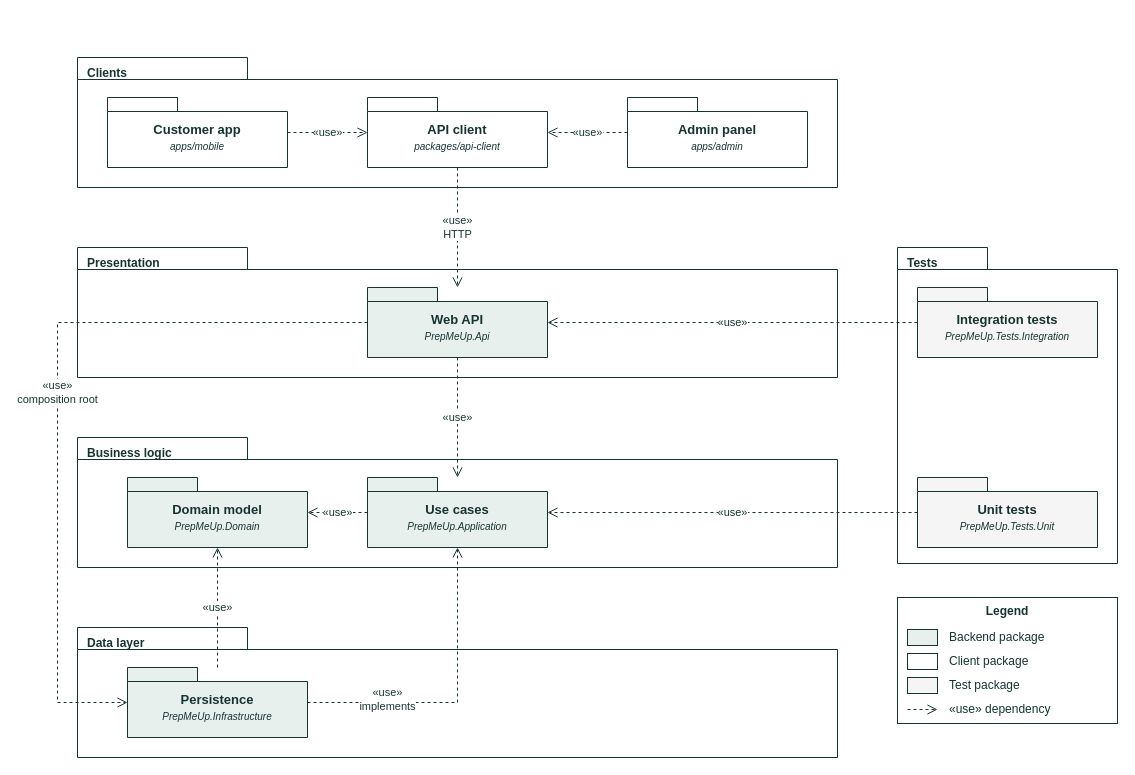
The draw.io diagram docs/assets/drawio/package-diagram.drawio in Mosekjaer/prepmeup, before the edit. Source tidied: cells renumbered, new cells numbered last; positions are measured from the earlier drawing's top-left corner, leaving out a move shared by most shapes. Both pictures are drawn from the tidied source at 100%, with x=0, y=0 at pixel (57, 57).
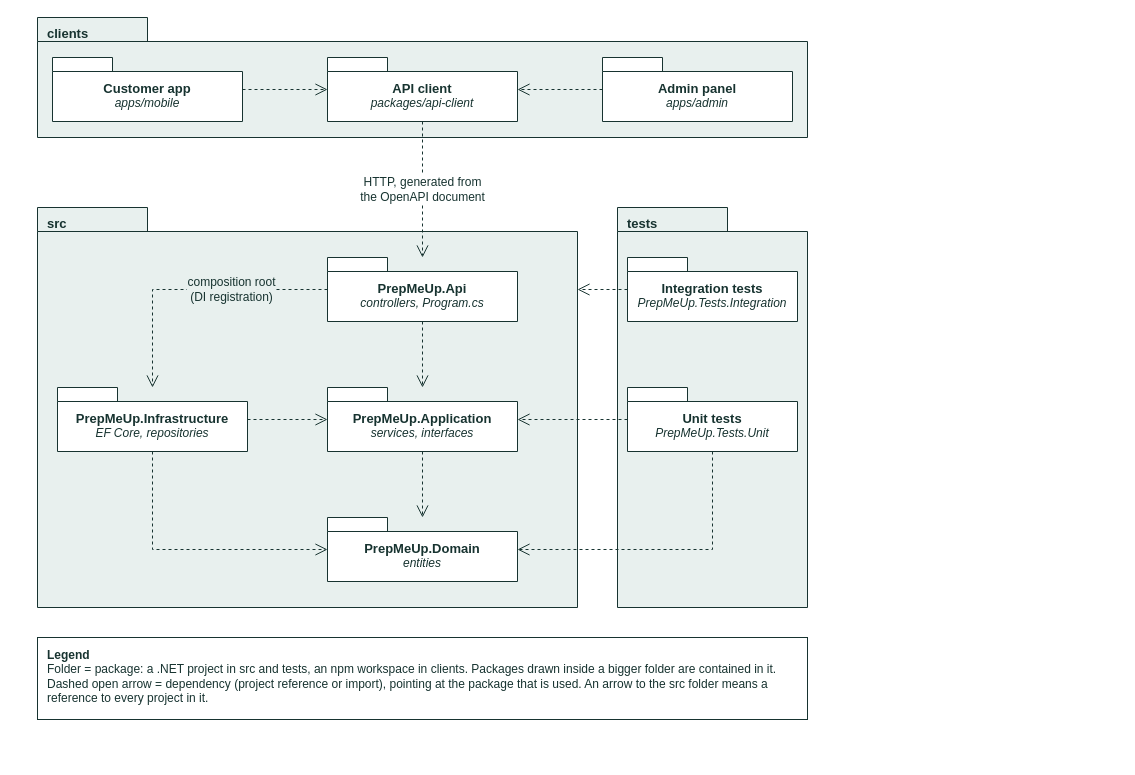
After the change.

Commit message (it also covers changes not shown here):
docs(diagrams): align C4, package and dependency diagrams

Change to the diagram source:
```diff
@@
-    <mxCell id="2" value="Clients" style="shape=folder;tabWidth=170;tabHeight=22;tabPosition=left;fillColor=none;strokeColor=#173330;fontColor=#173330;fontStyle=1;fontSize=12;align=left;verticalAlign=top;spacingLeft=8;spacingTop=2;html=1;whiteSpace=wrap;" parent="1" vertex="1">
-      <mxGeometry x="20" width="760" height="130" as="geometry" />
+    <mxCell id="2" value="clients" style="shape=folder;tabWidth=110;tabHeight=24;tabPosition=left;fillColor=#E8F0EE;strokeColor=#173330;fontColor=#173330;fontStyle=1;fontSize=13;fontFamily=Arial;align=left;verticalAlign=top;spacingLeft=8;spacingTop=2;html=1;whiteSpace=wrap;" parent="1" vertex="1">
+      <mxGeometry x="-20" y="-40" width="770" height="120" as="geometry" />
     </mxCell>
+    <mxCell id="35" value="src" style="shape=folder;tabWidth=110;tabHeight=24;tabPosition=left;fillColor=#E8F0EE;strokeColor=#173330;fontColor=#173330;fontStyle=1;fontSize=13;fontFamily=Arial;align=left;verticalAlign=top;spacingLeft=8;spacingTop=2;html=1;whiteSpace=wrap;" parent="1" vertex="1">
+      <mxGeometry x="-20" y="150" width="540" height="400" as="geometry" />
+    </mxCell>
+    <mxCell id="13" value="tests" style="shape=folder;tabWidth=110;tabHeight=24;tabPosition=left;fillColor=#E8F0EE;strokeColor=#173330;fontColor=#173330;fontStyle=1;fontSize=13;fontFamily=Arial;align=left;verticalAlign=top;spacingLeft=8;spacingTop=2;html=1;whiteSpace=wrap;" parent="1" vertex="1">
+      <mxGeometry x="560" y="150" width="190" height="400" as="geometry" />
+    </mxCell>
-    <mxCell id="3" value="&lt;b&gt;Customer app&lt;/b&gt;&lt;br&gt;&lt;i style=&quot;font-size:10px&quot;&gt;apps/mobile&lt;/i&gt;" style="shape=folder;tabWidth=70;tabHeight=14;tabPosition=left;spacingTop=10;whiteSpace=wrap;html=1;strokeColor=#173330;fontColor=#173330;fontSize=13;fillColor=#FFFFFF;" parent="2" vertex="1">
-      <mxGeometry x="30" y="40" width="180" height="70" as="geometry" />
+    <mxCell id="3" value="&lt;b style=&quot;font-size:13px&quot;&gt;Customer app&lt;/b&gt;&lt;br&gt;&lt;i&gt;apps/mobile&lt;/i&gt;" style="shape=folder;tabWidth=60;tabHeight=14;tabPosition=left;spacingTop=12;whiteSpace=wrap;html=1;strokeColor=#173330;fontColor=#173330;fontSize=12;fontFamily=Arial;fillColor=#FFFFFF;" parent="2" vertex="1">
+      <mxGeometry x="15" y="40" width="190" height="64" as="geometry" />
     </mxCell>
-    <mxCell id="4" value="&lt;b&gt;API client&lt;/b&gt;&lt;br&gt;&lt;i style=&quot;font-size:10px&quot;&gt;packages/api-client&lt;/i&gt;" style="shape=folder;tabWidth=70;tabHeight=14;tabPosition=left;spacingTop=10;whiteSpace=wrap;html=1;strokeColor=#173330;fontColor=#173330;fontSize=13;fillColor=#FFFFFF;" parent="2" vertex="1">
-      <mxGeometry x="290" y="40" width="180" height="70" as="geometry" />
+    <mxCell id="4" value="&lt;b style=&quot;font-size:13px&quot;&gt;API client&lt;/b&gt;&lt;br&gt;&lt;i&gt;packages/api-client&lt;/i&gt;" style="shape=folder;tabWidth=60;tabHeight=14;tabPosition=left;spacingTop=12;whiteSpace=wrap;html=1;strokeColor=#173330;fontColor=#173330;fontSize=12;fontFamily=Arial;fillColor=#FFFFFF;" parent="2" vertex="1">
+      <mxGeometry x="290" y="40" width="190" height="64" as="geometry" />
     </mxCell>
-    <mxCell id="5" value="&lt;b&gt;Admin panel&lt;/b&gt;&lt;br&gt;&lt;i style=&quot;font-size:10px&quot;&gt;apps/admin&lt;/i&gt;" style="shape=folder;tabWidth=70;tabHeight=14;tabPosition=left;spacingTop=10;whiteSpace=wrap;html=1;strokeColor=#173330;fontColor=#173330;fontSize=13;fillColor=#FFFFFF;" parent="2" vertex="1">
-      <mxGeometry x="550" y="40" width="180" height="70" as="geometry" />
+    <mxCell id="5" value="&lt;b style=&quot;font-size:13px&quot;&gt;Admin panel&lt;/b&gt;&lt;br&gt;&lt;i&gt;apps/admin&lt;/i&gt;" style="shape=folder;tabWidth=60;tabHeight=14;tabPosition=left;spacingTop=12;whiteSpace=wrap;html=1;strokeColor=#173330;fontColor=#173330;fontSize=12;fontFamily=Arial;fillColor=#FFFFFF;" parent="2" vertex="1">
+      <mxGeometry x="565" y="40" width="190" height="64" as="geometry" />
     </mxCell>
-    <mxCell id="6" value="Presentation" style="shape=folder;tabWidth=170;tabHeight=22;tabPosition=left;fillColor=none;strokeColor=#173330;fontColor=#173330;fontStyle=1;fontSize=12;align=left;verticalAlign=top;spacingLeft=8;spacingTop=2;html=1;whiteSpace=wrap;" parent="1" vertex="1">
-      <mxGeometry x="20" y="190" width="760" height="130" as="geometry" />
-    </mxCell>
-    <mxCell id="7" value="&lt;b&gt;Web API&lt;/b&gt;&lt;br&gt;&lt;i style=&quot;font-size:10px&quot;&gt;PrepMeUp.Api&lt;/i&gt;" style="shape=folder;tabWidth=70;tabHeight=14;tabPosition=left;spacingTop=10;whiteSpace=wrap;html=1;strokeColor=#173330;fontColor=#173330;fontSize=13;fillColor=#E8F0EE;" parent="6" vertex="1">
-      <mxGeometry x="290" y="40" width="180" height="70" as="geometry" />
+    <mxCell id="7" value="&lt;b style=&quot;font-size:13px&quot;&gt;PrepMeUp.Api&lt;/b&gt;&lt;br&gt;&lt;i&gt;controllers, Program.cs&lt;/i&gt;" style="shape=folder;tabWidth=60;tabHeight=14;tabPosition=left;spacingTop=12;whiteSpace=wrap;html=1;strokeColor=#173330;fontColor=#173330;fontSize=12;fontFamily=Arial;fillColor=#FFFFFF;" parent="35" vertex="1">
+      <mxGeometry x="290" y="50" width="190" height="64" as="geometry" />
     </mxCell>
-    <mxCell id="8" value="Business logic" style="shape=folder;tabWidth=170;tabHeight=22;tabPosition=left;fillColor=none;strokeColor=#173330;fontColor=#173330;fontStyle=1;fontSize=12;align=left;verticalAlign=top;spacingLeft=8;spacingTop=2;html=1;whiteSpace=wrap;" parent="1" vertex="1">
-      <mxGeometry x="20" y="380" width="760" height="130" as="geometry" />
-    </mxCell>
+    <mxCell id="12" value="&lt;b style=&quot;font-size:13px&quot;&gt;PrepMeUp.Infrastructure&lt;/b&gt;&lt;br&gt;&lt;i&gt;EF Core, repositories&lt;/i&gt;" style="shape=folder;tabWidth=60;tabHeight=14;tabPosition=left;spacingTop=12;whiteSpace=wrap;html=1;strokeColor=#173330;fontColor=#173330;fontSize=12;fontFamily=Arial;fillColor=#FFFFFF;" parent="35" vertex="1">
+      <mxGeometry x="20" y="180" width="190" height="64" as="geometry" />
+    </mxCell>
+    <mxCell id="10" value="&lt;b style=&quot;font-size:13px&quot;&gt;PrepMeUp.Application&lt;/b&gt;&lt;br&gt;&lt;i&gt;services, interfaces&lt;/i&gt;" style="shape=folder;tabWidth=60;tabHeight=14;tabPosition=left;spacingTop=12;whiteSpace=wrap;html=1;strokeColor=#173330;fontColor=#173330;fontSize=12;fontFamily=Arial;fillColor=#FFFFFF;" parent="35" vertex="1">
+      <mxGeometry x="290" y="180" width="190" height="64" as="geometry" />
+    </mxCell>
-    <mxCell id="9" value="&lt;b&gt;Domain model&lt;/b&gt;&lt;br&gt;&lt;i style=&quot;font-size:10px&quot;&gt;PrepMeUp.Domain&lt;/i&gt;" style="shape=folder;tabWidth=70;tabHeight=14;tabPosition=left;spacingTop=10;whiteSpace=wrap;html=1;strokeColor=#173330;fontColor=#173330;fontSize=13;fillColor=#E8F0EE;" parent="8" vertex="1">
-      <mxGeometry x="50" y="40" width="180" height="70" as="geometry" />
+    <mxCell id="9" value="&lt;b style=&quot;font-size:13px&quot;&gt;PrepMeUp.Domain&lt;/b&gt;&lt;br&gt;&lt;i&gt;entities&lt;/i&gt;" style="shape=folder;tabWidth=60;tabHeight=14;tabPosition=left;spacingTop=12;whiteSpace=wrap;html=1;strokeColor=#173330;fontColor=#173330;fontSize=12;fontFamily=Arial;fillColor=#FFFFFF;" parent="35" vertex="1">
+      <mxGeometry x="290" y="310" width="190" height="64" as="geometry" />
     </mxCell>
-    <mxCell id="10" value="&lt;b&gt;Use cases&lt;/b&gt;&lt;br&gt;&lt;i style=&quot;font-size:10px&quot;&gt;PrepMeUp.Application&lt;/i&gt;" style="shape=folder;tabWidth=70;tabHeight=14;tabPosition=left;spacingTop=10;whiteSpace=wrap;html=1;strokeColor=#173330;fontColor=#173330;fontSize=13;fillColor=#E8F0EE;" parent="8" vertex="1">
-      <mxGeometry x="290" y="40" width="180" height="70" as="geometry" />
-    </mxCell>
-    <mxCell id="11" value="Data layer" style="shape=folder;tabWidth=170;tabHeight=22;tabPosition=left;fillColor=none;strokeColor=#173330;fontColor=#173330;fontStyle=1;fontSize=12;align=left;verticalAlign=top;spacingLeft=8;spacingTop=2;html=1;whiteSpace=wrap;" parent="1" vertex="1">
-      <mxGeometry x="20" y="570" width="760" height="130" as="geometry" />
-    </mxCell>
-    <mxCell id="12" value="&lt;b&gt;Persistence&lt;/b&gt;&lt;br&gt;&lt;i style=&quot;font-size:10px&quot;&gt;PrepMeUp.Infrastructure&lt;/i&gt;" style="shape=folder;tabWidth=70;tabHeight=14;tabPosition=left;spacingTop=10;whiteSpace=wrap;html=1;strokeColor=#173330;fontColor=#173330;fontSize=13;fillColor=#E8F0EE;" parent="11" vertex="1">
-      <mxGeometry x="50" y="40" width="180" height="70" as="geometry" />
-    </mxCell>
-    <mxCell id="13" value="Tests" style="shape=folder;tabWidth=90;tabHeight=22;tabPosition=left;fillColor=none;strokeColor=#173330;fontColor=#173330;fontStyle=1;fontSize=12;align=left;verticalAlign=top;spacingLeft=8;spacingTop=2;html=1;whiteSpace=wrap;" parent="1" vertex="1">
-      <mxGeometry x="840" y="190" width="220" height="316" as="geometry" />
-    </mxCell>
-    <mxCell id="14" value="&lt;b&gt;Integration tests&lt;/b&gt;&lt;br&gt;&lt;i style=&quot;font-size:10px&quot;&gt;PrepMeUp.Tests.Integration&lt;/i&gt;" style="shape=folder;tabWidth=70;tabHeight=14;tabPosition=left;spacingTop=10;whiteSpace=wrap;html=1;strokeColor=#173330;fontColor=#173330;fontSize=13;fillColor=#F5F5F5;" parent="13" vertex="1">
-      <mxGeometry x="20" y="40" width="180" height="70" as="geometry" />
+    <mxCell id="14" value="&lt;b style=&quot;font-size:13px&quot;&gt;Integration tests&lt;/b&gt;&lt;br&gt;&lt;i&gt;PrepMeUp.Tests.Integration&lt;/i&gt;" style="shape=folder;tabWidth=60;tabHeight=14;tabPosition=left;spacingTop=12;whiteSpace=wrap;html=1;strokeColor=#173330;fontColor=#173330;fontSize=12;fontFamily=Arial;fillColor=#FFFFFF;" parent="13" vertex="1">
+      <mxGeometry x="10" y="50" width="170" height="64" as="geometry" />
     </mxCell>
-    <mxCell id="15" value="&lt;b&gt;Unit tests&lt;/b&gt;&lt;br&gt;&lt;i style=&quot;font-size:10px&quot;&gt;PrepMeUp.Tests.Unit&lt;/i&gt;" style="shape=folder;tabWidth=70;tabHeight=14;tabPosition=left;spacingTop=10;whiteSpace=wrap;html=1;strokeColor=#173330;fontColor=#173330;fontSize=13;fillColor=#F5F5F5;" parent="13" vertex="1">
-      <mxGeometry x="20" y="230" width="180" height="70" as="geometry" />
+    <mxCell id="15" value="&lt;b style=&quot;font-size:13px&quot;&gt;Unit tests&lt;/b&gt;&lt;br&gt;&lt;i&gt;PrepMeUp.Tests.Unit&lt;/i&gt;" style="shape=folder;tabWidth=60;tabHeight=14;tabPosition=left;spacingTop=12;whiteSpace=wrap;html=1;strokeColor=#173330;fontColor=#173330;fontSize=12;fontFamily=Arial;fillColor=#FFFFFF;" parent="13" vertex="1">
+      <mxGeometry x="10" y="180" width="170" height="64" as="geometry" />
     </mxCell>
-    <mxCell id="16" value="«use»" style="edgeStyle=orthogonalEdgeStyle;rounded=0;html=1;dashed=1;endArrow=open;endFill=0;endSize=8;strokeColor=#173330;fontColor=#173330;fontSize=11;exitX=1;exitY=0.5;exitDx=0;exitDy=0;entryX=0;entryY=0.5;entryDx=0;entryDy=0;" parent="1" edge="1" source="3" target="4">
+    <mxCell id="16" style="edgeStyle=orthogonalEdgeStyle;rounded=0;html=1;dashed=1;endArrow=open;endFill=0;endSize=10;strokeColor=#173330;fontColor=#173330;fontSize=12;fontFamily=Arial;labelBackgroundColor=#E8F0EE;labelBackgroundColor=#E8F0EE;exitX=1;exitY=0.5;exitDx=0;exitDy=0;entryX=0;entryY=0.5;entryDx=0;entryDy=0;" parent="1" edge="1" source="3" target="4">
       <mxGeometry relative="1" as="geometry" />
     </mxCell>
-    <mxCell id="17" value="«use»" style="edgeStyle=orthogonalEdgeStyle;rounded=0;html=1;dashed=1;endArrow=open;endFill=0;endSize=8;strokeColor=#173330;fontColor=#173330;fontSize=11;exitX=0;exitY=0.5;exitDx=0;exitDy=0;entryX=1;entryY=0.5;entryDx=0;entryDy=0;" parent="1" edge="1" source="5" target="4">
+    <mxCell id="17" style="edgeStyle=orthogonalEdgeStyle;rounded=0;html=1;dashed=1;endArrow=open;endFill=0;endSize=10;strokeColor=#173330;fontColor=#173330;fontSize=12;fontFamily=Arial;labelBackgroundColor=#E8F0EE;exitX=0;exitY=0.5;exitDx=0;exitDy=0;entryX=1;entryY=0.5;entryDx=0;entryDy=0;" parent="1" edge="1" source="5" target="4">
       <mxGeometry relative="1" as="geometry" />
     </mxCell>
-    <mxCell id="18" value="«use»&lt;br&gt;HTTP" style="edgeStyle=orthogonalEdgeStyle;rounded=0;html=1;dashed=1;endArrow=open;endFill=0;endSize=8;strokeColor=#173330;fontColor=#173330;fontSize=11;exitX=0.5;exitY=1;exitDx=0;exitDy=0;entryX=0.5;entryY=0;entryDx=0;entryDy=0;" parent="1" edge="1" source="4" target="7">
+    <mxCell id="18" value="HTTP, generated from&lt;br&gt;the OpenAPI document" style="edgeStyle=orthogonalEdgeStyle;rounded=0;html=1;dashed=1;endArrow=open;endFill=0;endSize=10;strokeColor=#173330;fontColor=#173330;fontSize=12;fontFamily=Arial;labelBackgroundColor=#E8F0EE;labelBackgroundColor=#FFFFFF;exitX=0.5;exitY=1;exitDx=0;exitDy=0;entryX=0.5;entryY=0;entryDx=0;entryDy=0;" parent="1" edge="1" source="4" target="7">
       <mxGeometry relative="1" as="geometry" />
     </mxCell>
-    <mxCell id="19" value="«use»" style="edgeStyle=orthogonalEdgeStyle;rounded=0;html=1;dashed=1;endArrow=open;endFill=0;endSize=8;strokeColor=#173330;fontColor=#173330;fontSize=11;exitX=0.5;exitY=1;exitDx=0;exitDy=0;entryX=0.5;entryY=0;entryDx=0;entryDy=0;" parent="1" edge="1" source="7" target="10">
+    <mxCell id="19" style="edgeStyle=orthogonalEdgeStyle;rounded=0;html=1;dashed=1;endArrow=open;endFill=0;endSize=10;strokeColor=#173330;fontColor=#173330;fontSize=12;fontFamily=Arial;labelBackgroundColor=#E8F0EE;exitX=0.5;exitY=1;exitDx=0;exitDy=0;entryX=0.5;entryY=0;entryDx=0;entryDy=0;" parent="1" edge="1" source="7" target="10">
       <mxGeometry relative="1" as="geometry" />
     </mxCell>
-    <mxCell id="20" value="«use»" style="edgeStyle=orthogonalEdgeStyle;rounded=0;html=1;dashed=1;endArrow=open;endFill=0;endSize=8;strokeColor=#173330;fontColor=#173330;fontSize=11;exitX=0;exitY=0.5;exitDx=0;exitDy=0;entryX=1;entryY=0.5;entryDx=0;entryDy=0;" parent="1" edge="1" source="10" target="9">
+    <mxCell id="20" style="edgeStyle=orthogonalEdgeStyle;rounded=0;html=1;dashed=1;endArrow=open;endFill=0;endSize=10;strokeColor=#173330;fontColor=#173330;fontSize=12;fontFamily=Arial;labelBackgroundColor=#E8F0EE;exitX=0.5;exitY=1;exitDx=0;exitDy=0;entryX=0.5;entryY=0;entryDx=0;entryDy=0;" parent="1" edge="1" source="10" target="9">
       <mxGeometry relative="1" as="geometry" />
     </mxCell>
+    <mxCell id="23" value="composition root&lt;br&gt;(DI registration)" style="edgeStyle=orthogonalEdgeStyle;rounded=0;html=1;dashed=1;endArrow=open;endFill=0;endSize=10;strokeColor=#173330;fontColor=#173330;fontSize=12;fontFamily=Arial;labelBackgroundColor=#E8F0EE;exitX=0;exitY=0.5;exitDx=0;exitDy=0;entryX=0.5;entryY=0;entryDx=0;entryDy=0;" parent="1" edge="1" source="7" target="12">
+      <mxGeometry x="-0.3" relative="1" as="geometry">
+        <Array as="points">
+          <mxPoint x="95" y="232" />
+        </Array>
+      </mxGeometry>
+    </mxCell>
+    <mxCell id="22" style="edgeStyle=orthogonalEdgeStyle;rounded=0;html=1;dashed=1;endArrow=open;endFill=0;endSize=10;strokeColor=#173330;fontColor=#173330;fontSize=12;fontFamily=Arial;labelBackgroundColor=#E8F0EE;exitX=1;exitY=0.5;exitDx=0;exitDy=0;entryX=0;entryY=0.5;entryDx=0;entryDy=0;" parent="1" edge="1" source="12" target="10">
+      <mxGeometry relative="1" as="geometry" />
+    </mxCell>
-    <mxCell id="21" value="«use»" style="edgeStyle=orthogonalEdgeStyle;rounded=0;html=1;dashed=1;endArrow=open;endFill=0;endSize=8;strokeColor=#173330;fontColor=#173330;fontSize=11;exitX=0.5;exitY=0;exitDx=0;exitDy=0;entryX=0.5;entryY=1;entryDx=0;entryDy=0;" parent="1" edge="1" source="12" target="9">
-      <mxGeometry relative="1" as="geometry" />
+    <mxCell id="21" style="edgeStyle=orthogonalEdgeStyle;rounded=0;html=1;dashed=1;endArrow=open;endFill=0;endSize=10;strokeColor=#173330;fontColor=#173330;fontSize=12;fontFamily=Arial;labelBackgroundColor=#E8F0EE;exitX=0.5;exitY=1;exitDx=0;exitDy=0;entryX=0;entryY=0.5;entryDx=0;entryDy=0;" parent="1" edge="1" source="12" target="9">
+      <mxGeometry relative="1" as="geometry">
+        <Array as="points">
+          <mxPoint x="95" y="492" />
+        </Array>
+      </mxGeometry>
     </mxCell>
-    <mxCell id="22" value="«use»&lt;br&gt;implements" style="edgeStyle=orthogonalEdgeStyle;rounded=0;html=1;dashed=1;endArrow=open;endFill=0;endSize=8;strokeColor=#173330;fontColor=#173330;fontSize=11;exitX=1;exitY=0.5;exitDx=0;exitDy=0;entryX=0.5;entryY=1;entryDx=0;entryDy=0;" parent="1" edge="1" source="12" target="10">
-      <mxGeometry relative="1" as="geometry">
-        <Array as="points">
-          <mxPoint x="400" y="645" />
-        </Array>
-        <mxPoint x="-70" as="offset" />
-      </mxGeometry>
-    </mxCell>
-    <mxCell id="23" value="«use»&lt;br&gt;composition root" style="edgeStyle=orthogonalEdgeStyle;rounded=0;html=1;dashed=1;endArrow=open;endFill=0;endSize=8;strokeColor=#173330;fontColor=#173330;fontSize=11;exitX=0;exitY=0.5;exitDx=0;exitDy=0;entryX=0;entryY=0.5;entryDx=0;entryDy=0;" parent="1" edge="1" source="7" target="12">
-      <mxGeometry relative="1" as="geometry">
-        <Array as="points">
-          <mxPoint y="265" />
-          <mxPoint y="645" />
-        </Array>
-      </mxGeometry>
-    </mxCell>
-    <mxCell id="24" value="«use»" style="edgeStyle=orthogonalEdgeStyle;rounded=0;html=1;dashed=1;endArrow=open;endFill=0;endSize=8;strokeColor=#173330;fontColor=#173330;fontSize=11;exitX=0;exitY=0.5;exitDx=0;exitDy=0;entryX=1;entryY=0.5;entryDx=0;entryDy=0;" parent="1" edge="1" source="14" target="7">
+    <mxCell id="24" style="edgeStyle=orthogonalEdgeStyle;rounded=0;html=1;dashed=1;endArrow=open;endFill=0;endSize=10;strokeColor=#173330;fontColor=#173330;fontSize=12;fontFamily=Arial;labelBackgroundColor=#E8F0EE;exitX=0;exitY=0.5;exitDx=0;exitDy=0;entryX=1;entryY=0.205;entryDx=0;entryDy=0;" parent="1" edge="1" source="14" target="35">
       <mxGeometry relative="1" as="geometry" />
     </mxCell>
-    <mxCell id="25" value="«use»" style="edgeStyle=orthogonalEdgeStyle;rounded=0;html=1;dashed=1;endArrow=open;endFill=0;endSize=8;strokeColor=#173330;fontColor=#173330;fontSize=11;exitX=0;exitY=0.5;exitDx=0;exitDy=0;entryX=1;entryY=0.5;entryDx=0;entryDy=0;" parent="1" edge="1" source="15" target="10">
+    <mxCell id="25" style="edgeStyle=orthogonalEdgeStyle;rounded=0;html=1;dashed=1;endArrow=open;endFill=0;endSize=10;strokeColor=#173330;fontColor=#173330;fontSize=12;fontFamily=Arial;labelBackgroundColor=#E8F0EE;exitX=0;exitY=0.5;exitDx=0;exitDy=0;entryX=1;entryY=0.5;entryDx=0;entryDy=0;" parent="1" edge="1" source="15" target="10">
       <mxGeometry relative="1" as="geometry" />
     </mxCell>
+    <mxCell id="36" style="edgeStyle=orthogonalEdgeStyle;rounded=0;html=1;dashed=1;endArrow=open;endFill=0;endSize=10;strokeColor=#173330;fontColor=#173330;fontSize=12;fontFamily=Arial;labelBackgroundColor=#E8F0EE;exitX=0.5;exitY=1;exitDx=0;exitDy=0;entryX=1;entryY=0.5;entryDx=0;entryDy=0;" parent="1" edge="1" source="15" target="9">
+      <mxGeometry relative="1" as="geometry">
+        <Array as="points">
+          <mxPoint x="655" y="492" />
+        </Array>
+      </mxGeometry>
+    </mxCell>
-    <mxCell id="26" value="Legend" style="rounded=0;whiteSpace=wrap;html=1;fillColor=none;strokeColor=#173330;fontColor=#173330;verticalAlign=top;fontStyle=1;fontSize=12;" parent="1" vertex="1">
-      <mxGeometry x="840" y="540" width="220" height="126" as="geometry" />
+    <mxCell id="26" value="&lt;b&gt;Legend&lt;/b&gt;&lt;br&gt;Folder = package: a .NET project in src and tests, an npm workspace in clients. Packages drawn inside a bigger folder are contained in it.&lt;br&gt;Dashed open arrow = dependency (project reference or import), pointing at the package that is used. An arrow to the src folder means a reference to every project in it." style="text;html=1;align=left;verticalAlign=top;whiteSpace=wrap;fillColor=#FFFFFF;strokeColor=#173330;fontColor=#173330;fontSize=12;fontFamily=Arial;spacingLeft=8;spacingRight=6;spacingTop=4;" parent="1" vertex="1">
+      <mxGeometry x="-20" y="580" width="770" height="82" as="geometry" />
     </mxCell>
-    <mxCell id="27" style="rounded=0;html=1;fillColor=#E8F0EE;strokeColor=#173330;" parent="26" vertex="1">
-      <mxGeometry x="10" y="32" width="30" height="16" as="geometry" />
-    </mxCell>
-    <mxCell id="28" value="Backend package" style="text;html=1;align=left;verticalAlign=middle;fontSize=12;fontColor=#173330;" parent="26" vertex="1">
-      <mxGeometry x="50" y="30" width="160" height="20" as="geometry" />
-    </mxCell>
-    <mxCell id="29" style="rounded=0;html=1;fillColor=#FFFFFF;strokeColor=#173330;" parent="26" vertex="1">
-      <mxGeometry x="10" y="56" width="30" height="16" as="geometry" />
-    </mxCell>
-    <mxCell id="30" value="Client package" style="text;html=1;align=left;verticalAlign=middle;fontSize=12;fontColor=#173330;" parent="26" vertex="1">
-      <mxGeometry x="50" y="54" width="160" height="20" as="geometry" />
-    </mxCell>
-    <mxCell id="31" style="rounded=0;html=1;fillColor=#F5F5F5;strokeColor=#173330;" parent="26" vertex="1">
-      <mxGeometry x="10" y="80" width="30" height="16" as="geometry" />
-    </mxCell>
-    <mxCell id="32" value="Test package" style="text;html=1;align=left;verticalAlign=middle;fontSize=12;fontColor=#173330;" parent="26" vertex="1">
-      <mxGeometry x="50" y="78" width="160" height="20" as="geometry" />
-    </mxCell>
-    <mxCell id="33" style="endArrow=open;endFill=0;endSize=8;dashed=1;html=1;strokeColor=#173330;" parent="26" edge="1">
-      <mxGeometry relative="1" as="geometry">
-        <mxPoint x="10" y="112" as="sourcePoint" />
-        <mxPoint x="40" y="112" as="targetPoint" />
-      </mxGeometry>
-    </mxCell>
-    <mxCell id="34" value="«use» dependency" style="text;html=1;align=left;verticalAlign=middle;fontSize=12;fontColor=#173330;" parent="26" vertex="1">
-      <mxGeometry x="50" y="102" width="160" height="20" as="geometry" />
-    </mxCell>
```
